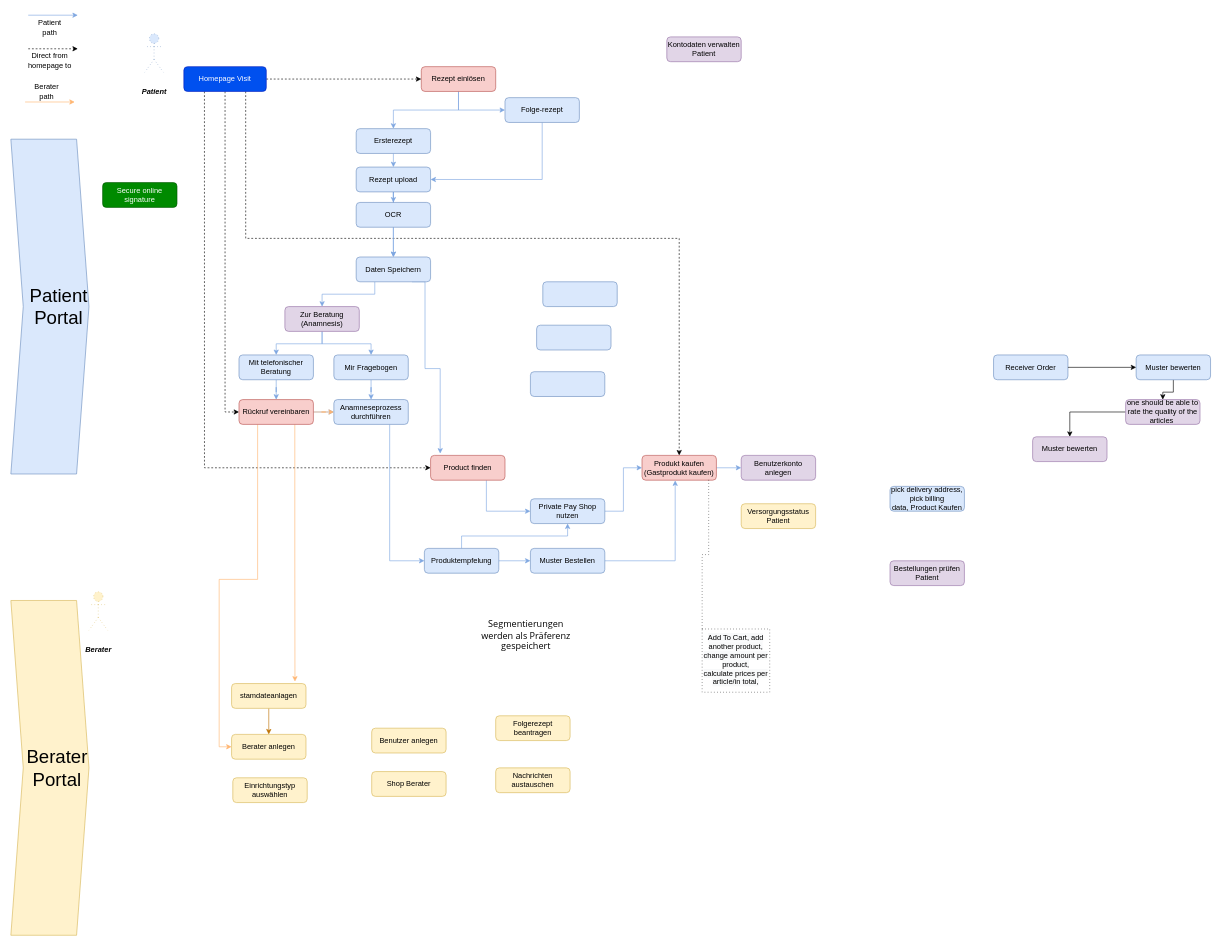
Above: page "Overview" (1 of 8) of Untitled Diagram.drawio in Fredabb/MediMark-roadmap (draw.io), before the change. Source tidied: cells renumbered, new cells numbered last; positions are measured from the earlier drawing's top-left corner, leaving out a move shared by most shapes. Both pictures are drawn from the tidied source at 62%, with x=0, y=0 at pixel (11, 15).
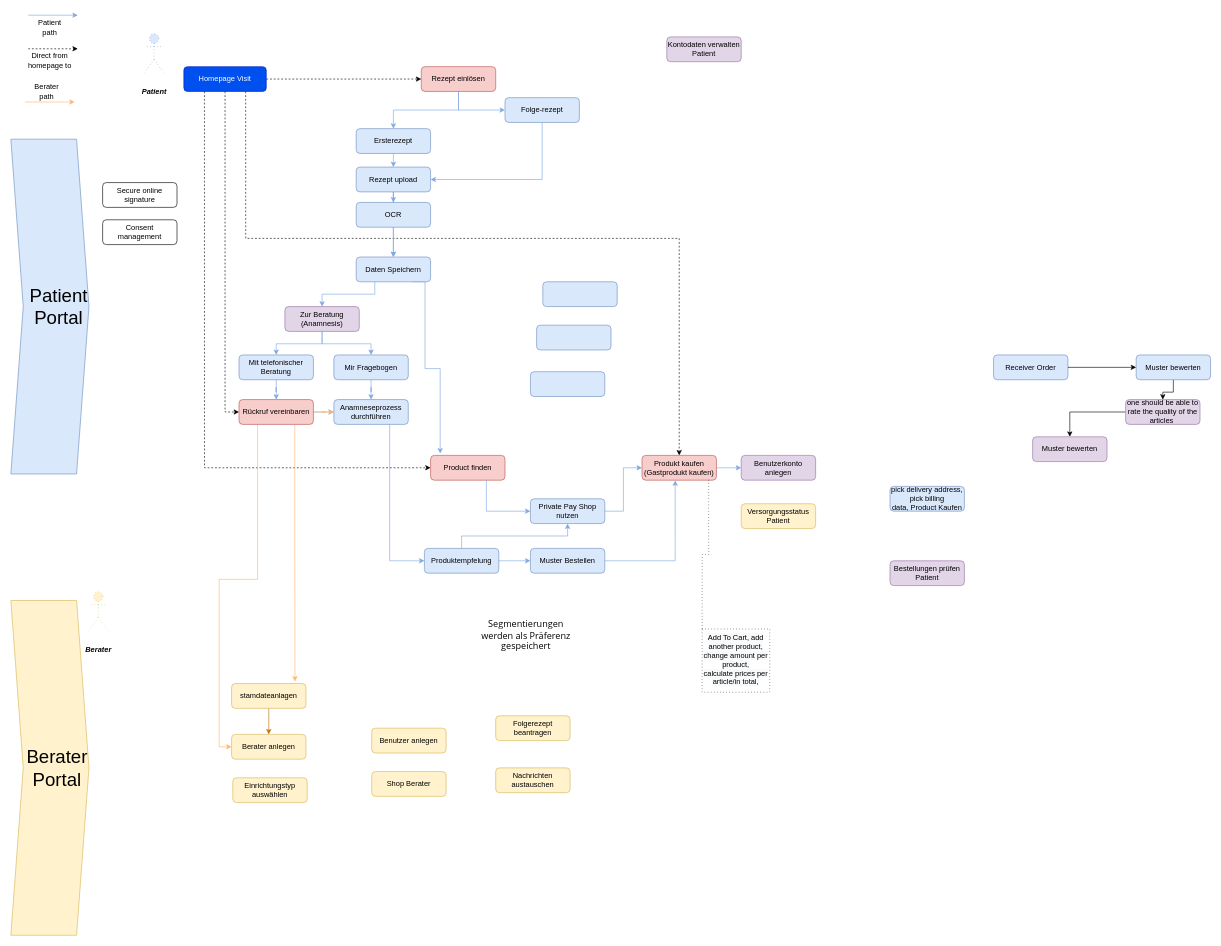
After the change.

Change to the diagram source:
```diff
@@
-    <mxCell id="81" value="Secure online signature" style="rounded=1;whiteSpace=wrap;html=1;fontSize=12;glass=0;strokeWidth=1;shadow=0;fillColor=#008a00;strokeColor=#005700;fontColor=#ffffff;" parent="1" vertex="1">
+    <mxCell id="81" value="Secure online signature" style="rounded=1;whiteSpace=wrap;html=1;fontSize=12;glass=0;strokeWidth=1;shadow=0;" parent="1" vertex="1">
       <mxGeometry x="148" y="270" width="120" height="40" as="geometry" />
     </mxCell>
@@
+    <mxCell id="84" value="Consent management" style="rounded=1;whiteSpace=wrap;html=1;fontSize=12;glass=0;strokeWidth=1;shadow=0;" parent="1" vertex="1">
+      <mxGeometry x="148" y="330" width="120" height="40" as="geometry" />
+    </mxCell>
```
